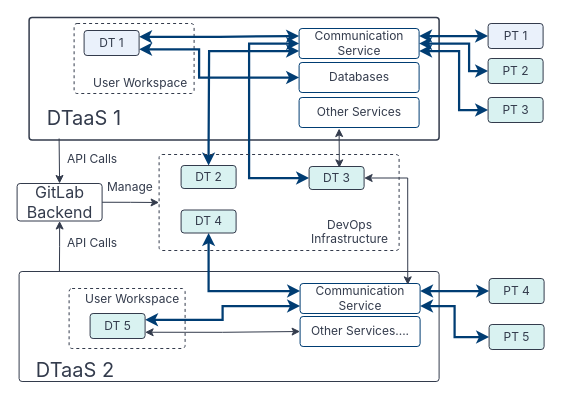
The draw.io diagram page "developer/system/research-overview/federated-dtaas.png" (23 of 36) of docs/assets/diagrams/dtaas-diagrams.drawio in INTO-CPS-Association/DTaaS, before the edit. Source tidied: cells renumbered, new cells numbered last; positions are measured from the earlier drawing's top-left corner, leaving out a move shared by most shapes. Both pictures are drawn from the tidied source at 100%, with x=0, y=0 at pixel (17, 17).
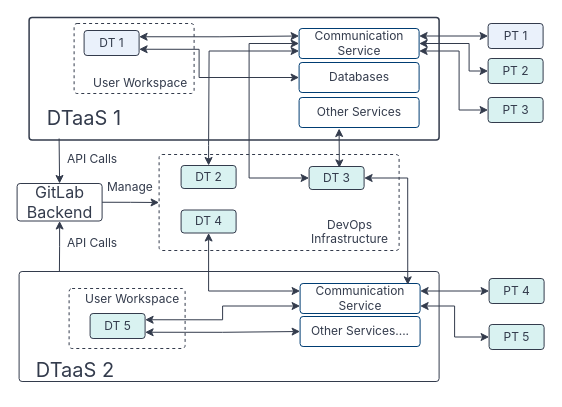
The same page after the edit.

Commit message (it also covers changes not shown here):
fix(diagrams): draw every arrow of federated-dtaas as a thin line

The change refers to these unchanged cells:
```xml
<mxCell id="2" style="group;" parent="1" vertex="1">
  <mxGeometry x="1.6" width="525" height="372" as="geometry" />
</mxCell>
<mxCell id="10" value="DT 1" style="rounded=1;whiteSpace=wrap;html=1;fillColor=#eaf1fb;strokeColor=#333b4c;strokeWidth=1;absoluteArcSize=1;arcSize=6;fontColor=#333b4c;fontFamily=Inter;fontSize=12;" parent="2" vertex="1">
  <mxGeometry x="65" y="13" width="55" height="25" as="geometry" />
</mxCell>
<mxCell id="14" value="&lt;font&gt;Communication Service&lt;/font&gt;" style="rounded=1;whiteSpace=wrap;html=1;fillColor=none;fontColor=#333b4c;strokeColor=#003d73;strokeWidth=1;absoluteArcSize=1;arcSize=6;fontFamily=Inter;fontSize=12;" parent="2" vertex="1">
  <mxGeometry x="280" y="11" width="120" height="30" as="geometry" />
</mxCell>
<mxCell id="15" value="&lt;font&gt;Databases&lt;/font&gt;" style="rounded=1;whiteSpace=wrap;html=1;fillColor=none;fontColor=#333b4c;strokeColor=#003d73;strokeWidth=1;absoluteArcSize=1;arcSize=6;fontFamily=Inter;fontSize=12;" parent="2" vertex="1">
  <mxGeometry x="280" y="45" width="120" height="30" as="geometry" />
</mxCell>
<mxCell id="17" value="PT 1" style="rounded=1;whiteSpace=wrap;html=1;fillColor=#eaf1fb;strokeColor=#333b4c;strokeWidth=1;absoluteArcSize=1;arcSize=6;fontColor=#333b4c;fontFamily=Inter;fontSize=12;" parent="2" vertex="1">
  <mxGeometry x="469" y="6" width="55" height="25" as="geometry" />
</mxCell>
<mxCell id="18" value="PT 2" style="rounded=1;whiteSpace=wrap;html=1;fillColor=#d9f2f1;strokeColor=#333b4c;strokeWidth=1;absoluteArcSize=1;arcSize=6;fontColor=#333b4c;fontFamily=Inter;fontSize=12;" parent="2" vertex="1">
  <mxGeometry x="469" y="41" width="55" height="25" as="geometry" />
</mxCell>
<mxCell id="19" value="PT 3" style="rounded=1;whiteSpace=wrap;html=1;fillColor=#d9f2f1;strokeColor=#333b4c;strokeWidth=1;absoluteArcSize=1;arcSize=6;fontColor=#333b4c;fontFamily=Inter;fontSize=12;" parent="2" vertex="1">
  <mxGeometry x="469" y="80" width="55" height="25" as="geometry" />
</mxCell>
<mxCell id="24" value="DT 2" style="rounded=1;whiteSpace=wrap;html=1;fillColor=#d9f2f1;strokeColor=#333b4c;strokeWidth=1;absoluteArcSize=1;arcSize=6;fontColor=#333b4c;fontFamily=Inter;fontSize=12;" parent="2" vertex="1">
  <mxGeometry x="162" y="148" width="55" height="23" as="geometry" />
</mxCell>
<mxCell id="25" value="DT 3" style="rounded=1;whiteSpace=wrap;html=1;fillColor=#d9f2f1;strokeColor=#333b4c;strokeWidth=1;absoluteArcSize=1;arcSize=6;fontColor=#333b4c;fontFamily=Inter;fontSize=12;" parent="2" vertex="1">
  <mxGeometry x="290" y="149" width="55" height="23" as="geometry" />
</mxCell>
<mxCell id="27" value="DT 4" style="rounded=1;whiteSpace=wrap;html=1;fillColor=#d9f2f1;strokeColor=#333b4c;strokeWidth=1;absoluteArcSize=1;arcSize=6;fontColor=#333b4c;fontFamily=Inter;fontSize=12;" parent="2" vertex="1">
  <mxGeometry x="162" y="192.5" width="55" height="23" as="geometry" />
</mxCell>
<mxCell id="38" value="&lt;font&gt;Communication Service&lt;/font&gt;" style="rounded=1;whiteSpace=wrap;html=1;fillColor=none;fontColor=#333b4c;strokeColor=#003d73;strokeWidth=1;absoluteArcSize=1;arcSize=6;fontFamily=Inter;fontSize=12;" parent="2" vertex="1">
  <mxGeometry x="281" y="266" width="120" height="30" as="geometry" />
</mxCell>
<mxCell id="39" value="PT 4" style="rounded=1;whiteSpace=wrap;html=1;fillColor=#d9f2f1;strokeColor=#333b4c;strokeWidth=1;absoluteArcSize=1;arcSize=6;fontColor=#333b4c;fontFamily=Inter;fontSize=12;" parent="2" vertex="1">
  <mxGeometry x="470" y="261" width="55" height="25" as="geometry" />
</mxCell>
<mxCell id="44" value="DT 5" style="rounded=1;whiteSpace=wrap;html=1;fillColor=#d9f2f1;strokeColor=#333b4c;strokeWidth=1;absoluteArcSize=1;arcSize=6;fontColor=#333b4c;fontFamily=Inter;fontSize=12;" parent="2" vertex="1">
  <mxGeometry x="71" y="296" width="55" height="25" as="geometry" />
</mxCell>
<mxCell id="46" value="PT 5" style="rounded=1;whiteSpace=wrap;html=1;fillColor=#d9f2f1;strokeColor=#333b4c;strokeWidth=1;absoluteArcSize=1;arcSize=6;fontColor=#333b4c;fontFamily=Inter;fontSize=12;" parent="2" vertex="1">
  <mxGeometry x="470" y="307" width="55" height="25" as="geometry" />
</mxCell>
```

Diff of the diagram source:
```diff
@@
-    <mxCell id="8" style="edgeStyle=orthogonalEdgeStyle;rounded=0;jettySize=auto;html=1;exitX=1;exitY=0.75;exitDx=0;exitDy=0;startArrow=classic;startFill=1;strokeColor=#003d73;strokeWidth=2.25;" parent="2" edge="1" source="10" target="15">
+    <mxCell id="8" style="edgeStyle=orthogonalEdgeStyle;rounded=0;jettySize=auto;html=1;exitX=1;exitY=0.75;exitDx=0;exitDy=0;startArrow=classic;startFill=1;strokeColor=#333b4c;strokeWidth=1;" parent="2" edge="1" source="10" target="15">
       <mxGeometry relative="1" as="geometry">
         <Array as="points">
           <mxPoint x="180" y="32" />
           <mxPoint x="180" y="60" />
         </Array>
       </mxGeometry>
     </mxCell>
-    <mxCell id="9" style="edgeStyle=orthogonalEdgeStyle;rounded=0;jettySize=auto;html=1;exitX=1;exitY=0.25;exitDx=0;exitDy=0;entryX=0;entryY=0.25;entryDx=0;entryDy=0;startArrow=classic;startFill=1;strokeColor=#003d73;strokeWidth=2.25;" parent="2" edge="1" source="10" target="14">
+    <mxCell id="9" style="edgeStyle=orthogonalEdgeStyle;rounded=0;jettySize=auto;html=1;exitX=1;exitY=0.25;exitDx=0;exitDy=0;entryX=0;entryY=0.25;entryDx=0;entryDy=0;startArrow=classic;startFill=1;strokeColor=#333b4c;strokeWidth=1;" parent="2" edge="1" source="10" target="14">
       <mxGeometry relative="1" as="geometry" />
     </mxCell>
@@
-    <mxCell id="11" style="edgeStyle=orthogonalEdgeStyle;rounded=0;jettySize=auto;html=1;exitX=1;exitY=0.25;exitDx=0;exitDy=0;entryX=0;entryY=0.5;entryDx=0;entryDy=0;strokeColor=#003d73;startArrow=classic;startFill=1;strokeWidth=2.25;" parent="2" edge="1" source="14" target="17">
+    <mxCell id="11" style="edgeStyle=orthogonalEdgeStyle;rounded=0;jettySize=auto;html=1;exitX=1;exitY=0.25;exitDx=0;exitDy=0;entryX=0;entryY=0.5;entryDx=0;entryDy=0;strokeColor=#333b4c;startArrow=classic;startFill=1;strokeWidth=1;" parent="2" edge="1" source="14" target="17">
       <mxGeometry relative="1" as="geometry" />
     </mxCell>
-    <mxCell id="12" style="edgeStyle=orthogonalEdgeStyle;rounded=0;jettySize=auto;html=1;exitX=1;exitY=0.5;exitDx=0;exitDy=0;entryX=0;entryY=0.5;entryDx=0;entryDy=0;strokeColor=#003d73;startArrow=classic;startFill=1;strokeWidth=2.25;" parent="2" edge="1" source="14" target="18">
+    <mxCell id="12" style="edgeStyle=orthogonalEdgeStyle;rounded=0;jettySize=auto;html=1;exitX=1;exitY=0.5;exitDx=0;exitDy=0;entryX=0;entryY=0.5;entryDx=0;entryDy=0;strokeColor=#333b4c;startArrow=classic;startFill=1;strokeWidth=1;" parent="2" edge="1" source="14" target="18">
       <mxGeometry relative="1" as="geometry">
         <Array as="points">
           <mxPoint x="450" y="26" />
           <mxPoint x="450" y="54" />
         </Array>
       </mxGeometry>
     </mxCell>
-    <mxCell id="13" style="edgeStyle=orthogonalEdgeStyle;rounded=0;jettySize=auto;html=1;exitX=1;exitY=0.75;exitDx=0;exitDy=0;entryX=0;entryY=0.5;entryDx=0;entryDy=0;strokeColor=#003d73;startArrow=classic;startFill=1;strokeWidth=2.25;" parent="2" edge="1" source="14" target="19">
+    <mxCell id="13" style="edgeStyle=orthogonalEdgeStyle;rounded=0;jettySize=auto;html=1;exitX=1;exitY=0.75;exitDx=0;exitDy=0;entryX=0;entryY=0.5;entryDx=0;entryDy=0;strokeColor=#333b4c;startArrow=classic;startFill=1;strokeWidth=1;" parent="2" edge="1" source="14" target="19">
       <mxGeometry relative="1" as="geometry">
         <Array as="points">
           <mxPoint x="440" y="34" />
           <mxPoint x="440" y="93" />
         </Array>
       </mxGeometry>
     </mxCell>
@@
-    <mxCell id="20" style="edgeStyle=orthogonalEdgeStyle;rounded=0;jettySize=auto;html=1;exitX=0;exitY=0.5;exitDx=0;exitDy=0;entryX=0;entryY=0.5;entryDx=0;entryDy=0;startArrow=classic;startFill=1;strokeColor=#003d73;strokeWidth=2.25;" parent="2" edge="1" source="25" target="14">
+    <mxCell id="20" style="edgeStyle=orthogonalEdgeStyle;rounded=0;jettySize=auto;html=1;exitX=0;exitY=0.5;exitDx=0;exitDy=0;entryX=0;entryY=0.5;entryDx=0;entryDy=0;startArrow=classic;startFill=1;strokeColor=#333b4c;strokeWidth=1;" parent="2" edge="1" source="25" target="14">
       <mxGeometry relative="1" as="geometry">
         <Array as="points">
           <mxPoint x="230" y="160" />
           <mxPoint x="230" y="26" />
         </Array>
       </mxGeometry>
     </mxCell>
-    <mxCell id="21" style="edgeStyle=orthogonalEdgeStyle;rounded=0;jettySize=auto;html=1;exitX=0.5;exitY=0;exitDx=0;exitDy=0;entryX=0;entryY=0.75;entryDx=0;entryDy=0;startArrow=classic;startFill=1;strokeColor=#003d73;strokeWidth=2.25;" parent="2" edge="1" source="24" target="14">
+    <mxCell id="21" style="edgeStyle=orthogonalEdgeStyle;rounded=0;jettySize=auto;html=1;exitX=0.5;exitY=0;exitDx=0;exitDy=0;entryX=0;entryY=0.75;entryDx=0;entryDy=0;startArrow=classic;startFill=1;strokeColor=#333b4c;strokeWidth=1;" parent="2" edge="1" source="24" target="14">
       <mxGeometry relative="1" as="geometry">
         <Array as="points">
           <mxPoint x="190" y="128" />
           <mxPoint x="190" y="34" />
         </Array>
       </mxGeometry>
     </mxCell>
@@
-    <mxCell id="26" style="edgeStyle=orthogonalEdgeStyle;rounded=0;jettySize=auto;html=1;exitX=0.5;exitY=1;exitDx=0;exitDy=0;entryX=0;entryY=0.25;entryDx=0;entryDy=0;strokeColor=#003d73;startArrow=classic;startFill=1;strokeWidth=2.25;" parent="2" edge="1" source="27" target="38">
+    <mxCell id="26" style="edgeStyle=orthogonalEdgeStyle;rounded=0;jettySize=auto;html=1;exitX=0.5;exitY=1;exitDx=0;exitDy=0;entryX=0;entryY=0.25;entryDx=0;entryDy=0;strokeColor=#333b4c;startArrow=classic;startFill=1;strokeWidth=1;" parent="2" edge="1" source="27" target="38">
       <mxGeometry relative="1" as="geometry" />
     </mxCell>
@@
-    <mxCell id="36" style="edgeStyle=orthogonalEdgeStyle;rounded=0;jettySize=auto;html=1;entryX=0;entryY=0.5;entryDx=0;entryDy=0;strokeColor=#003d73;startArrow=classic;startFill=1;exitX=1;exitY=0.25;exitDx=0;exitDy=0;strokeWidth=2.25;" parent="2" edge="1" source="38" target="39">
+    <mxCell id="36" style="edgeStyle=orthogonalEdgeStyle;rounded=0;jettySize=auto;html=1;entryX=0;entryY=0.5;entryDx=0;entryDy=0;strokeColor=#333b4c;startArrow=classic;startFill=1;exitX=1;exitY=0.25;exitDx=0;exitDy=0;strokeWidth=1;" parent="2" edge="1" source="38" target="39">
       <mxGeometry relative="1" as="geometry" />
     </mxCell>
-    <mxCell id="37" style="edgeStyle=orthogonalEdgeStyle;rounded=0;jettySize=auto;html=1;exitX=1;exitY=0.75;exitDx=0;exitDy=0;entryX=0;entryY=0.5;entryDx=0;entryDy=0;startArrow=classic;startFill=1;strokeColor=#003d73;strokeWidth=2.25;" parent="2" edge="1" source="38" target="46">
+    <mxCell id="37" style="edgeStyle=orthogonalEdgeStyle;rounded=0;jettySize=auto;html=1;exitX=1;exitY=0.75;exitDx=0;exitDy=0;entryX=0;entryY=0.5;entryDx=0;entryDy=0;startArrow=classic;startFill=1;strokeColor=#333b4c;strokeWidth=1;" parent="2" edge="1" source="38" target="46">
       <mxGeometry relative="1" as="geometry" />
     </mxCell>
@@
-    <mxCell id="42" style="edgeStyle=orthogonalEdgeStyle;rounded=0;jettySize=auto;html=1;entryX=0;entryY=0.75;entryDx=0;entryDy=0;strokeColor=#003d73;exitX=1;exitY=0.25;exitDx=0;exitDy=0;startArrow=classic;startFill=1;strokeWidth=2.25;" parent="2" edge="1" source="44" target="38">
+    <mxCell id="42" style="edgeStyle=orthogonalEdgeStyle;rounded=0;jettySize=auto;html=1;entryX=0;entryY=0.75;entryDx=0;entryDy=0;strokeColor=#333b4c;exitX=1;exitY=0.25;exitDx=0;exitDy=0;startArrow=classic;startFill=1;strokeWidth=1;" parent="2" edge="1" source="44" target="38">
       <mxGeometry relative="1" as="geometry" />
     </mxCell>
```
